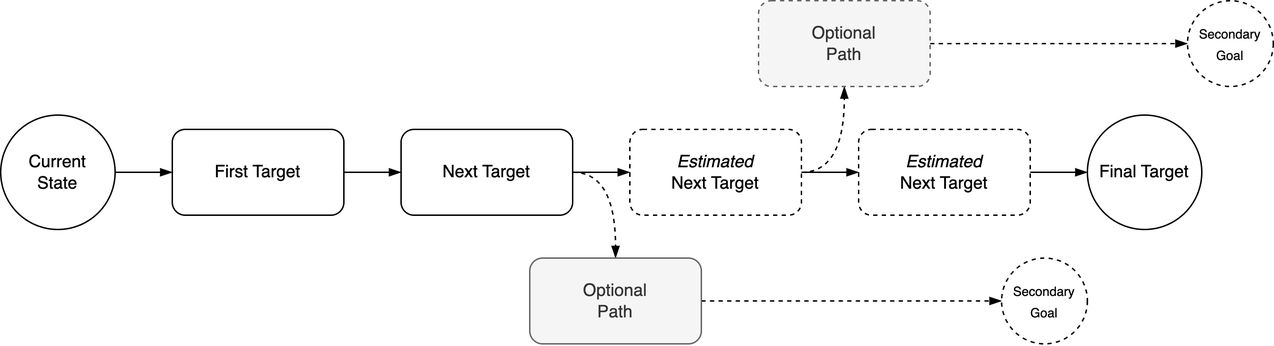
Earlier version of the draw.io export img/roadmap-path.png (voschezang/coding-handbook). Source tidied: cells renumbered, new cells last; positions are measured from the earlier drawing's top-left corner, leaving out a move shared by most shapes. Its diagram source:
```xml
<mxGraphModel>
  <root>
    <mxCell id="0" />
    <mxCell id="1" parent="0" />
    <mxCell id="2" value="First Target" style="rounded=1;whiteSpace=wrap;html=1;" parent="1" vertex="1">
      <mxGeometry x="120" y="90" width="120" height="60" as="geometry" />
    </mxCell>
    <mxCell id="3" style="edgeStyle=orthogonalEdgeStyle;rounded=0;jettySize=auto;html=1;exitX=1;exitY=0.5;exitDx=0;exitDy=0;entryX=0;entryY=0.5;entryDx=0;entryDy=0;endArrow=blockThin;endFill=1;strokeWidth=1;" parent="1" edge="1" source="4" target="2">
      <mxGeometry relative="1" as="geometry" />
    </mxCell>
    <mxCell id="4" value="Current&lt;br&gt;State" style="ellipse;whiteSpace=wrap;html=1;" parent="1" vertex="1">
      <mxGeometry y="80" width="80" height="80" as="geometry" />
    </mxCell>
    <mxCell id="5" style="edgeStyle=orthogonalEdgeStyle;curved=1;rounded=0;jettySize=auto;html=1;exitX=1;exitY=0.5;exitDx=0;exitDy=0;entryX=0.5;entryY=0;entryDx=0;entryDy=0;endArrow=blockThin;endFill=1;dashed=1;" parent="1" edge="1" source="6" target="14">
      <mxGeometry relative="1" as="geometry" />
    </mxCell>
    <mxCell id="6" value="Next Target" style="rounded=1;whiteSpace=wrap;html=1;" parent="1" vertex="1">
      <mxGeometry x="280" y="90" width="120" height="60" as="geometry" />
    </mxCell>
    <mxCell id="7" style="edgeStyle=orthogonalEdgeStyle;rounded=0;jettySize=auto;html=1;exitX=1;exitY=0.5;exitDx=0;exitDy=0;entryX=0;entryY=0.5;entryDx=0;entryDy=0;endArrow=blockThin;endFill=1;strokeWidth=1;" parent="1" edge="1" source="2" target="6">
      <mxGeometry relative="1" as="geometry" />
    </mxCell>
    <mxCell id="8" style="edgeStyle=orthogonalEdgeStyle;curved=1;rounded=0;jettySize=auto;html=1;exitX=1;exitY=0.5;exitDx=0;exitDy=0;entryX=0.5;entryY=1;entryDx=0;entryDy=0;endArrow=blockThin;endFill=1;dashed=1;" parent="1" edge="1" source="9" target="16">
      <mxGeometry relative="1" as="geometry" />
    </mxCell>
    <mxCell id="9" value="&lt;i&gt;Estimated&lt;/i&gt;&lt;br&gt;Next Target" style="rounded=1;whiteSpace=wrap;html=1;dashed=1;" parent="1" vertex="1">
      <mxGeometry x="440" y="90" width="120" height="60" as="geometry" />
    </mxCell>
    <mxCell id="10" style="edgeStyle=orthogonalEdgeStyle;rounded=0;jettySize=auto;html=1;exitX=1;exitY=0.5;exitDx=0;exitDy=0;entryX=0;entryY=0.5;entryDx=0;entryDy=0;endArrow=blockThin;endFill=1;strokeWidth=1;" parent="1" edge="1" target="9">
      <mxGeometry relative="1" as="geometry">
        <mxPoint x="400" y="120" as="sourcePoint" />
      </mxGeometry>
    </mxCell>
    <mxCell id="11" value="&lt;i&gt;Estimated&lt;/i&gt;&lt;br&gt;Next Target" style="rounded=1;whiteSpace=wrap;html=1;dashed=1;" parent="1" vertex="1">
      <mxGeometry x="600" y="90" width="120" height="60" as="geometry" />
    </mxCell>
    <mxCell id="12" style="edgeStyle=orthogonalEdgeStyle;rounded=0;jettySize=auto;html=1;exitX=1;exitY=0.5;exitDx=0;exitDy=0;entryX=0;entryY=0.5;entryDx=0;entryDy=0;endArrow=blockThin;endFill=1;strokeWidth=1;" parent="1" edge="1" source="9" target="11">
      <mxGeometry relative="1" as="geometry" />
    </mxCell>
    <mxCell id="13" style="edgeStyle=orthogonalEdgeStyle;rounded=0;jettySize=auto;html=1;exitX=1;exitY=0.5;exitDx=0;exitDy=0;dashed=1;fontSize=9;endArrow=blockThin;endFill=1;" parent="1" edge="1" source="14">
      <mxGeometry relative="1" as="geometry">
        <mxPoint x="700" y="210" as="targetPoint" />
      </mxGeometry>
    </mxCell>
    <mxCell id="14" value="Optional&lt;br&gt;Path" style="rounded=1;whiteSpace=wrap;html=1;fillColor=#f5f5f5;fontColor=#333333;strokeColor=#666666;" parent="1" vertex="1">
      <mxGeometry x="370" y="180" width="120" height="60" as="geometry" />
    </mxCell>
    <mxCell id="15" style="edgeStyle=orthogonalEdgeStyle;rounded=0;jettySize=auto;html=1;exitX=1;exitY=0.5;exitDx=0;exitDy=0;dashed=1;fontSize=9;endArrow=blockThin;endFill=1;entryX=0;entryY=0.5;entryDx=0;entryDy=0;" parent="1" edge="1" source="16" target="20">
      <mxGeometry relative="1" as="geometry" />
    </mxCell>
    <mxCell id="16" value="Optional&lt;br&gt;Path" style="rounded=1;whiteSpace=wrap;html=1;fillColor=#f5f5f5;fontColor=#333333;strokeColor=#666666;dashed=1;" parent="1" vertex="1">
      <mxGeometry x="530" width="120" height="60" as="geometry" />
    </mxCell>
    <mxCell id="17" style="edgeStyle=orthogonalEdgeStyle;rounded=0;orthogonalLoop=1;jettySize=auto;html=1;exitX=1;exitY=0.5;exitDx=0;exitDy=0;entryX=0;entryY=0.5;entryDx=0;entryDy=0;endArrow=blockThin;endFill=1;strokeWidth=1;" parent="1" edge="1">
      <mxGeometry relative="1" as="geometry">
        <mxPoint x="720" y="120" as="sourcePoint" />
        <mxPoint x="760" y="120" as="targetPoint" />
      </mxGeometry>
    </mxCell>
    <mxCell id="18" value="Final Target" style="ellipse;whiteSpace=wrap;html=1;" parent="1" vertex="1">
      <mxGeometry x="760" y="80" width="80" height="80" as="geometry" />
    </mxCell>
    <mxCell id="19" value="&lt;font style=&quot;font-size: 9px;&quot;&gt;Secondary&lt;br&gt;Goal&lt;/font&gt;" style="ellipse;whiteSpace=wrap;html=1;dashed=1;" parent="1" vertex="1">
      <mxGeometry x="700" y="180" width="60" height="60" as="geometry" />
    </mxCell>
    <mxCell id="20" value="&lt;font style=&quot;font-size: 9px;&quot;&gt;Secondary&lt;br&gt;Goal&lt;/font&gt;" style="ellipse;whiteSpace=wrap;html=1;dashed=1;" parent="1" vertex="1">
      <mxGeometry x="830" width="60" height="60" as="geometry" />
    </mxCell>
  </root>
</mxGraphModel>
```
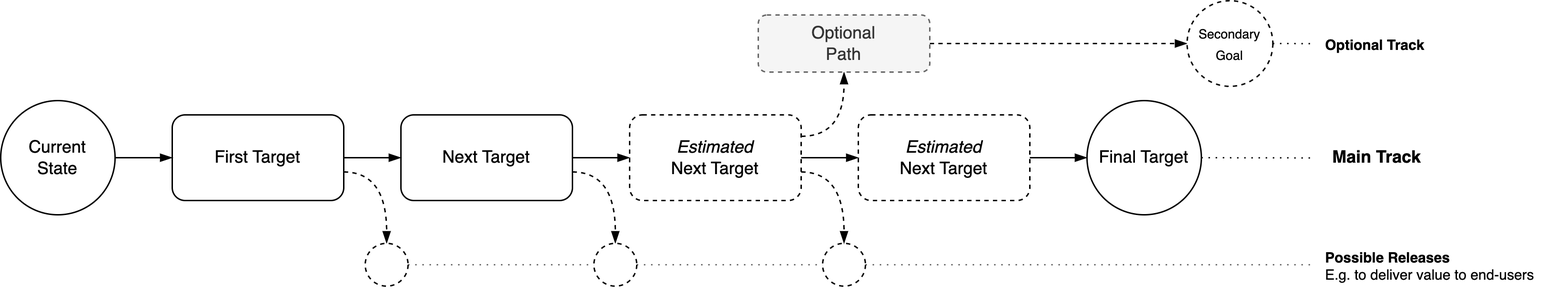
Above is the later version.

Diff of the diagram source:
```diff
@@ -2,25 +2,27 @@
   <root>
     <mxCell id="0" />
     <mxCell id="1" parent="0" />
-    <mxCell id="2" value="First Target" style="rounded=1;whiteSpace=wrap;html=1;" parent="1" vertex="1">
-      <mxGeometry x="120" y="90" width="120" height="60" as="geometry" />
+    <mxCell id="2" style="edgeStyle=orthogonalEdgeStyle;rounded=0;jettySize=auto;html=1;exitX=1;exitY=0.5;exitDx=0;exitDy=0;fontSize=10;endArrow=none;endFill=0;strokeWidth=1;fillColor=#f5f5f5;strokeColor=#666666;dashed=1;dashPattern=1 4;" parent="1" edge="1" source="28">
+      <mxGeometry relative="1" as="geometry">
+        <mxPoint x="920" y="195" as="targetPoint" />
+      </mxGeometry>
     </mxCell>
-    <mxCell id="3" style="edgeStyle=orthogonalEdgeStyle;rounded=0;jettySize=auto;html=1;exitX=1;exitY=0.5;exitDx=0;exitDy=0;entryX=0;entryY=0.5;entryDx=0;entryDy=0;endArrow=blockThin;endFill=1;strokeWidth=1;" parent="1" edge="1" source="4" target="2">
-      <mxGeometry relative="1" as="geometry" />
+    <mxCell id="3" value="First Target" style="rounded=1;whiteSpace=wrap;html=1;" parent="1" vertex="1">
+      <mxGeometry x="120" y="90" width="120" height="60" as="geometry" />
     </mxCell>
-    <mxCell id="4" value="Current&lt;br&gt;State" style="ellipse;whiteSpace=wrap;html=1;" parent="1" vertex="1">
-      <mxGeometry y="80" width="80" height="80" as="geometry" />
+    <mxCell id="4" style="edgeStyle=orthogonalEdgeStyle;rounded=0;jettySize=auto;html=1;exitX=1;exitY=0.5;exitDx=0;exitDy=0;entryX=0;entryY=0.5;entryDx=0;entryDy=0;endArrow=blockThin;endFill=1;strokeWidth=1;" parent="1" edge="1" source="5" target="3">
+      <mxGeometry relative="1" as="geometry" />
     </mxCell>
-    <mxCell id="5" style="edgeStyle=orthogonalEdgeStyle;curved=1;rounded=0;jettySize=auto;html=1;exitX=1;exitY=0.5;exitDx=0;exitDy=0;entryX=0.5;entryY=0;entryDx=0;entryDy=0;endArrow=blockThin;endFill=1;dashed=1;" parent="1" edge="1" source="6" target="14">
-      <mxGeometry relative="1" as="geometry" />
+    <mxCell id="5" value="Current&lt;br&gt;State" style="ellipse;whiteSpace=wrap;html=1;" parent="1" vertex="1">
+      <mxGeometry y="80" width="80" height="80" as="geometry" />
     </mxCell>
     <mxCell id="6" value="Next Target" style="rounded=1;whiteSpace=wrap;html=1;" parent="1" vertex="1">
       <mxGeometry x="280" y="90" width="120" height="60" as="geometry" />
     </mxCell>
-    <mxCell id="7" style="edgeStyle=orthogonalEdgeStyle;rounded=0;jettySize=auto;html=1;exitX=1;exitY=0.5;exitDx=0;exitDy=0;entryX=0;entryY=0.5;entryDx=0;entryDy=0;endArrow=blockThin;endFill=1;strokeWidth=1;" parent="1" edge="1" source="2" target="6">
+    <mxCell id="7" style="edgeStyle=orthogonalEdgeStyle;rounded=0;jettySize=auto;html=1;exitX=1;exitY=0.5;exitDx=0;exitDy=0;entryX=0;entryY=0.5;entryDx=0;entryDy=0;endArrow=blockThin;endFill=1;strokeWidth=1;" parent="1" edge="1" source="3" target="6">
       <mxGeometry relative="1" as="geometry" />
     </mxCell>
-    <mxCell id="8" style="edgeStyle=orthogonalEdgeStyle;curved=1;rounded=0;jettySize=auto;html=1;exitX=1;exitY=0.5;exitDx=0;exitDy=0;entryX=0.5;entryY=1;entryDx=0;entryDy=0;endArrow=blockThin;endFill=1;dashed=1;" parent="1" edge="1" source="9" target="16">
+    <mxCell id="8" style="edgeStyle=orthogonalEdgeStyle;curved=1;rounded=0;jettySize=auto;html=1;exitX=1;exitY=0.25;exitDx=0;exitDy=0;entryX=0.5;entryY=1;entryDx=0;entryDy=0;endArrow=blockThin;endFill=1;dashed=1;" parent="1" edge="1" source="9" target="14">
       <mxGeometry relative="1" as="geometry" />
     </mxCell>
     <mxCell id="9" value="&lt;i&gt;Estimated&lt;/i&gt;&lt;br&gt;Next Target" style="rounded=1;whiteSpace=wrap;html=1;dashed=1;" parent="1" vertex="1">
@@ -37,34 +39,72 @@
     <mxCell id="12" style="edgeStyle=orthogonalEdgeStyle;rounded=0;jettySize=auto;html=1;exitX=1;exitY=0.5;exitDx=0;exitDy=0;entryX=0;entryY=0.5;entryDx=0;entryDy=0;endArrow=blockThin;endFill=1;strokeWidth=1;" parent="1" edge="1" source="9" target="11">
       <mxGeometry relative="1" as="geometry" />
     </mxCell>
-    <mxCell id="13" style="edgeStyle=orthogonalEdgeStyle;rounded=0;jettySize=auto;html=1;exitX=1;exitY=0.5;exitDx=0;exitDy=0;dashed=1;fontSize=9;endArrow=blockThin;endFill=1;" parent="1" edge="1" source="14">
-      <mxGeometry relative="1" as="geometry">
-        <mxPoint x="700" y="210" as="targetPoint" />
-      </mxGeometry>
+    <mxCell id="13" style="edgeStyle=orthogonalEdgeStyle;rounded=0;jettySize=auto;html=1;exitX=1;exitY=0.5;exitDx=0;exitDy=0;dashed=1;fontSize=9;endArrow=blockThin;endFill=1;entryX=0;entryY=0.5;entryDx=0;entryDy=0;" parent="1" edge="1" source="14" target="19">
+      <mxGeometry relative="1" as="geometry" />
     </mxCell>
-    <mxCell id="14" value="Optional&lt;br&gt;Path" style="rounded=1;whiteSpace=wrap;html=1;fillColor=#f5f5f5;fontColor=#333333;strokeColor=#666666;" parent="1" vertex="1">
-      <mxGeometry x="370" y="180" width="120" height="60" as="geometry" />
+    <mxCell id="14" value="Optional&lt;br&gt;Path" style="rounded=1;whiteSpace=wrap;html=1;fillColor=#f5f5f5;fontColor=#333333;strokeColor=#666666;dashed=1;" parent="1" vertex="1">
+      <mxGeometry x="530" y="20" width="120" height="40" as="geometry" />
     </mxCell>
-    <mxCell id="15" style="edgeStyle=orthogonalEdgeStyle;rounded=0;jettySize=auto;html=1;exitX=1;exitY=0.5;exitDx=0;exitDy=0;dashed=1;fontSize=9;endArrow=blockThin;endFill=1;entryX=0;entryY=0.5;entryDx=0;entryDy=0;" parent="1" edge="1" source="16" target="20">
-      <mxGeometry relative="1" as="geometry" />
+    <mxCell id="15" style="edgeStyle=orthogonalEdgeStyle;rounded=0;orthogonalLoop=1;jettySize=auto;html=1;exitX=1;exitY=0.5;exitDx=0;exitDy=0;entryX=0;entryY=0.5;entryDx=0;entryDy=0;endArrow=blockThin;endFill=1;strokeWidth=1;" parent="1" edge="1">
+      <mxGeometry relative="1" as="geometry">
+        <mxPoint x="720" y="120" as="sourcePoint" />
+        <mxPoint x="760" y="120" as="targetPoint" />
+      </mxGeometry>
     </mxCell>
-    <mxCell id="16" value="Optional&lt;br&gt;Path" style="rounded=1;whiteSpace=wrap;html=1;fillColor=#f5f5f5;fontColor=#333333;strokeColor=#666666;dashed=1;" parent="1" vertex="1">
-      <mxGeometry x="530" width="120" height="60" as="geometry" />
+    <mxCell id="16" style="edgeStyle=orthogonalEdgeStyle;rounded=0;jettySize=auto;html=1;exitX=1;exitY=0.5;exitDx=0;exitDy=0;dashed=1;dashPattern=1 4;strokeWidth=1;fontSize=10;endArrow=none;endFill=0;" parent="1" edge="1" source="17">
+      <mxGeometry relative="1" as="geometry">
+        <mxPoint x="920" y="120.2" as="targetPoint" />
+      </mxGeometry>
     </mxCell>
-    <mxCell id="17" style="edgeStyle=orthogonalEdgeStyle;rounded=0;orthogonalLoop=1;jettySize=auto;html=1;exitX=1;exitY=0.5;exitDx=0;exitDy=0;entryX=0;entryY=0.5;entryDx=0;entryDy=0;endArrow=blockThin;endFill=1;strokeWidth=1;" parent="1" edge="1">
-      <mxGeometry relative="1" as="geometry">
-        <mxPoint x="720" y="120" as="sourcePoint" />
-        <mxPoint x="760" y="120" as="targetPoint" />
-      </mxGeometry>
+    <mxCell id="17" value="Final Target" style="ellipse;whiteSpace=wrap;html=1;" parent="1" vertex="1">
+      <mxGeometry x="760" y="80" width="80" height="80" as="geometry" />
     </mxCell>
-    <mxCell id="18" value="Final Target" style="ellipse;whiteSpace=wrap;html=1;" parent="1" vertex="1">
-      <mxGeometry x="760" y="80" width="80" height="80" as="geometry" />
+    <mxCell id="18" style="edgeStyle=orthogonalEdgeStyle;rounded=0;jettySize=auto;html=1;exitX=1;exitY=0.5;exitDx=0;exitDy=0;dashed=1;dashPattern=1 4;strokeWidth=1;fontSize=10;endArrow=none;endFill=0;" parent="1" edge="1" source="19">
+      <mxGeometry relative="1" as="geometry">
+        <mxPoint x="920" y="40" as="targetPoint" />
+        <Array as="points">
+          <mxPoint x="920" y="40" />
+        </Array>
+      </mxGeometry>
     </mxCell>
     <mxCell id="19" value="&lt;font style=&quot;font-size: 9px;&quot;&gt;Secondary&lt;br&gt;Goal&lt;/font&gt;" style="ellipse;whiteSpace=wrap;html=1;dashed=1;" parent="1" vertex="1">
-      <mxGeometry x="700" y="180" width="60" height="60" as="geometry" />
+      <mxGeometry x="830" y="10" width="60" height="60" as="geometry" />
     </mxCell>
-    <mxCell id="20" value="&lt;font style=&quot;font-size: 9px;&quot;&gt;Secondary&lt;br&gt;Goal&lt;/font&gt;" style="ellipse;whiteSpace=wrap;html=1;dashed=1;" parent="1" vertex="1">
-      <mxGeometry x="830" width="60" height="60" as="geometry" />
+    <mxCell id="20" value="&lt;font style=&quot;font-size: 12px;&quot;&gt;Main Track&lt;/font&gt;" style="text;html=1;align=left;verticalAlign=middle;points=[];strokeColor=none;fillColor=none;fontSize=10;fontStyle=1;" parent="1" vertex="1">
+      <mxGeometry x="930" y="105" width="90" height="30" as="geometry" />
     </mxCell>
+    <mxCell id="21" value="Optional Track" style="text;html=1;align=left;verticalAlign=middle;strokeColor=none;fillColor=none;fontSize=10;fontStyle=1;" parent="1" vertex="1">
+      <mxGeometry x="925" y="25" width="90" height="30" as="geometry" />
+    </mxCell>
+    <mxCell id="22" value="Possible Releases&lt;br&gt;&lt;span style=&quot;font-weight: normal;&quot;&gt;E.g. to deliver value to end-users&lt;/span&gt;" style="text;html=1;align=left;verticalAlign=middle;strokeColor=none;fillColor=none;fontSize=10;fontStyle=1;" parent="1" vertex="1">
+      <mxGeometry x="925" y="175" width="170" height="40" as="geometry" />
+    </mxCell>
+    <mxCell id="23" style="ellipse;whiteSpace=wrap;html=1;dashed=1;" parent="1" vertex="1">
+      <mxGeometry x="575" y="180" width="30" height="30" as="geometry" />
+    </mxCell>
+    <mxCell id="24" style="edgeStyle=orthogonalEdgeStyle;curved=1;rounded=0;orthogonalLoop=1;jettySize=auto;html=1;exitX=1;exitY=0.5;exitDx=0;exitDy=0;endArrow=blockThin;endFill=1;dashed=1;" parent="1" edge="1">
+      <mxGeometry relative="1" as="geometry">
+        <mxPoint x="560" y="130" as="sourcePoint" />
+        <mxPoint x="590" y="180" as="targetPoint" />
+      </mxGeometry>
+    </mxCell>
+    <mxCell id="25" style="edgeStyle=orthogonalEdgeStyle;curved=1;rounded=0;orthogonalLoop=1;jettySize=auto;html=1;exitX=1;exitY=0.5;exitDx=0;exitDy=0;endArrow=blockThin;endFill=1;dashed=1;" parent="1" edge="1">
+      <mxGeometry relative="1" as="geometry">
+        <mxPoint x="400" y="130" as="sourcePoint" />
+        <mxPoint x="430" y="180" as="targetPoint" />
+      </mxGeometry>
+    </mxCell>
+    <mxCell id="26" style="ellipse;whiteSpace=wrap;html=1;dashed=1;" parent="1" vertex="1">
+      <mxGeometry x="415" y="180" width="30" height="30" as="geometry" />
+    </mxCell>
+    <mxCell id="27" style="edgeStyle=orthogonalEdgeStyle;curved=1;rounded=0;orthogonalLoop=1;jettySize=auto;html=1;exitX=1;exitY=0.5;exitDx=0;exitDy=0;endArrow=blockThin;endFill=1;dashed=1;" parent="1" edge="1">
+      <mxGeometry relative="1" as="geometry">
+        <mxPoint x="240" y="130" as="sourcePoint" />
+        <mxPoint x="270" y="180" as="targetPoint" />
+      </mxGeometry>
+    </mxCell>
+    <mxCell id="28" style="ellipse;whiteSpace=wrap;html=1;dashed=1;" parent="1" vertex="1">
+      <mxGeometry x="255" y="180" width="30" height="30" as="geometry" />
+    </mxCell>
   </root>
 </mxGraphModel>
```
